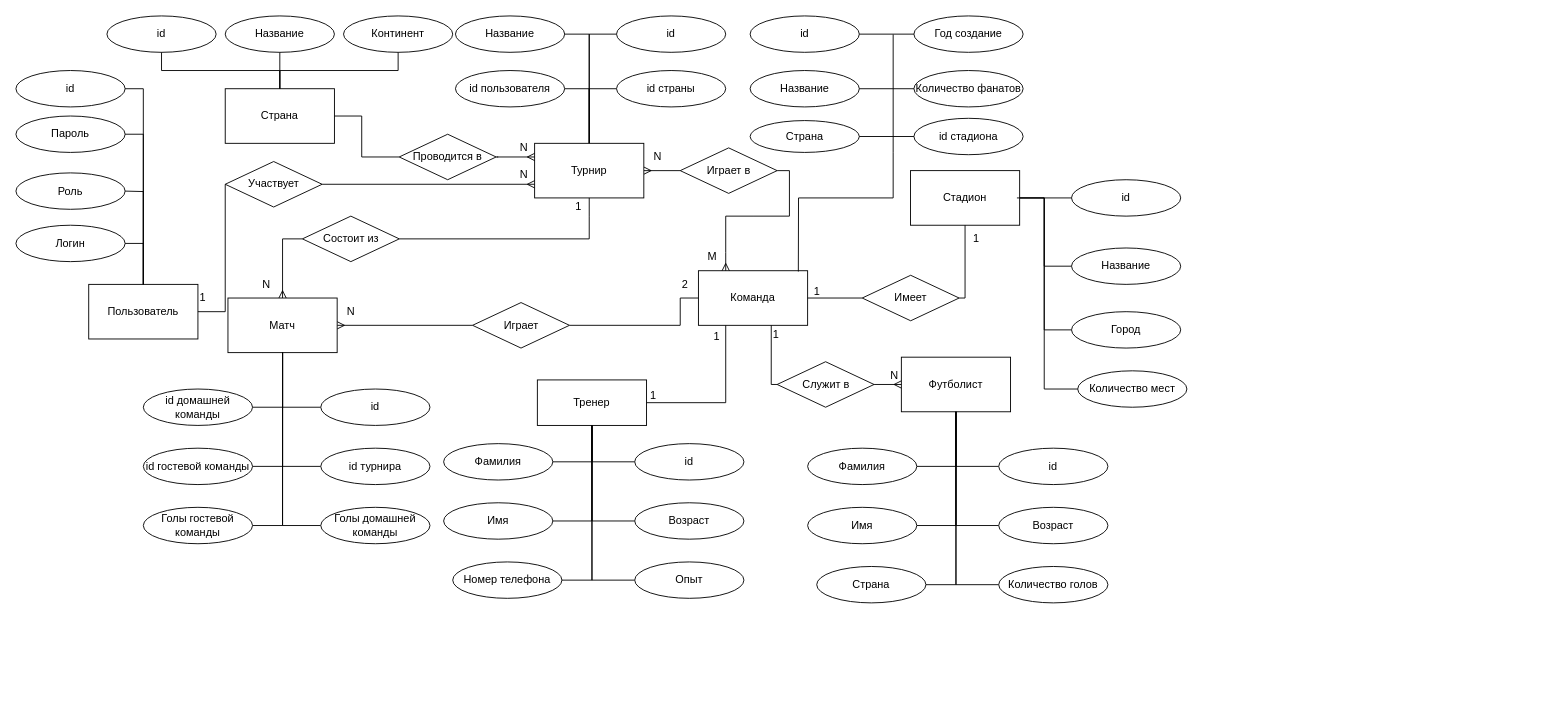
This is page "ER-модель в нотации Чена" (1 of 3) of scheme/ppo.drawio from hieubichpro/6-SEM-DB-CP, a draw.io file, before an edit. Source tidied: cells renumbered, new cells numbered last; positions are measured from the earlier drawing's top-left corner, leaving out a move shared by most shapes. Both pictures are drawn from the tidied source at 91%, with x=0, y=0 at pixel (15, 15).
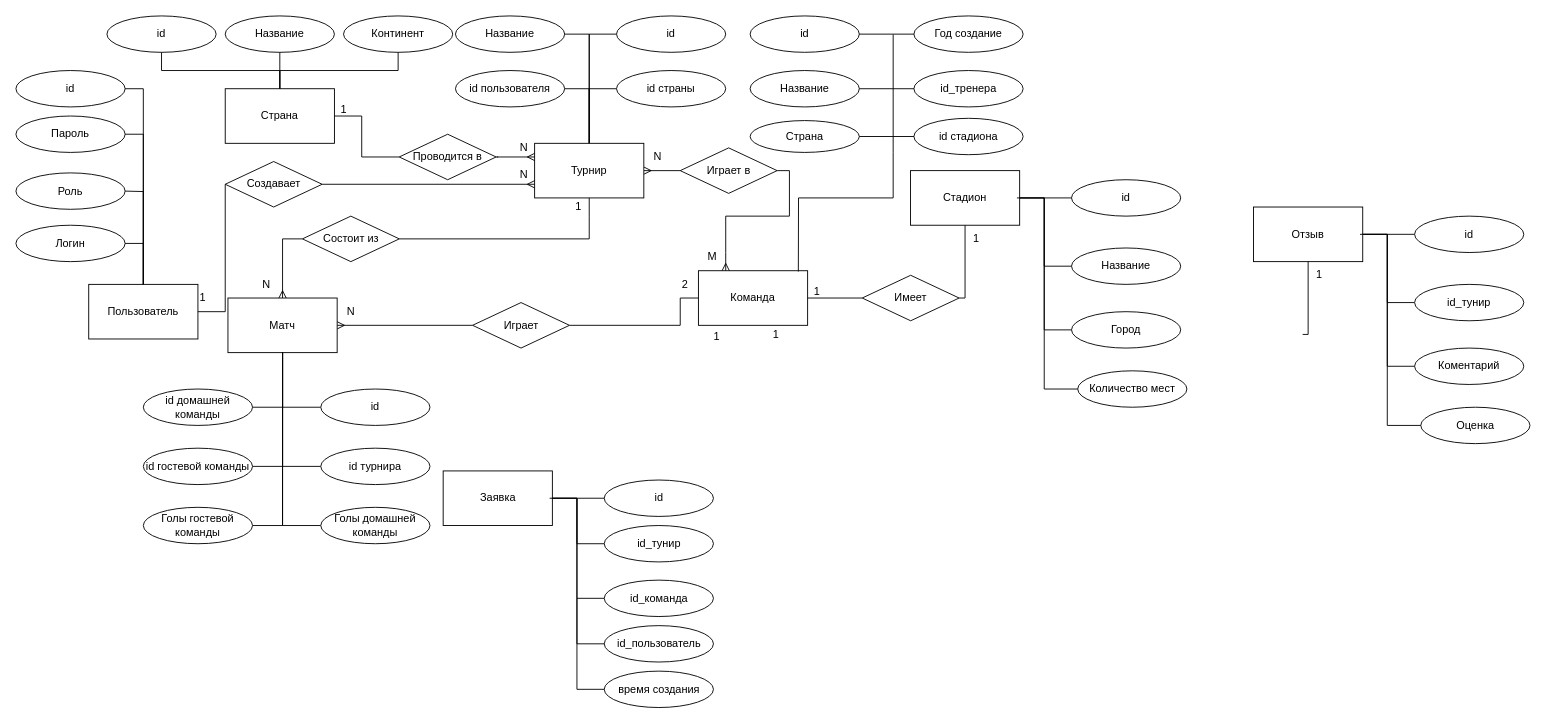
After the change.

The change refers to these unchanged cells:
```xml
<mxCell id="19" value="Команда" style="rounded=0;whiteSpace=wrap;html=1;" parent="1" vertex="1">
  <mxGeometry x="750" y="280" width="120" height="60" as="geometry" />
</mxCell>
```

The edit, as a diff of the source:
```diff
@@
-    <mxCell id="12" value="Участвует" style="rhombus;whiteSpace=wrap;html=1;" parent="1" vertex="1">
+    <mxCell id="12" value="Создавает" style="rhombus;whiteSpace=wrap;html=1;" parent="1" vertex="1">
       <mxGeometry x="230" y="160" width="106.5" height="50" as="geometry" />
     </mxCell>
@@
-    <mxCell id="59" style="edgeStyle=none;rounded=0;html=1;exitX=0.5;exitY=1;exitDx=0;exitDy=0;entryX=0;entryY=0.5;entryDx=0;entryDy=0;startArrow=none;startFill=0;endArrow=none;endFill=0;" parent="1" edge="1" source="60" target="61">
-      <mxGeometry relative="1" as="geometry">
-        <Array as="points">
-          <mxPoint x="1033" y="495" />
-        </Array>
-      </mxGeometry>
-    </mxCell>
-    <mxCell id="60" value="Футболист" style="rounded=0;whiteSpace=wrap;html=1;" parent="1" vertex="1">
-      <mxGeometry x="973" y="375" width="120" height="60" as="geometry" />
-    </mxCell>
-    <mxCell id="61" value="id" style="ellipse;whiteSpace=wrap;html=1;" parent="1" vertex="1">
-      <mxGeometry x="1080" y="475" width="120" height="40" as="geometry" />
-    </mxCell>
-    <mxCell id="62" style="edgeStyle=none;rounded=0;html=1;exitX=0;exitY=0.5;exitDx=0;exitDy=0;entryX=0.5;entryY=1;entryDx=0;entryDy=0;startArrow=none;startFill=0;endArrow=none;endFill=0;" parent="1" edge="1" source="63" target="60">
-      <mxGeometry relative="1" as="geometry">
-        <Array as="points">
-          <mxPoint x="1033" y="560" />
-        </Array>
-      </mxGeometry>
-    </mxCell>
-    <mxCell id="63" value="Возраст" style="ellipse;whiteSpace=wrap;html=1;" parent="1" vertex="1">
-      <mxGeometry x="1080" y="540" width="120" height="40" as="geometry" />
-    </mxCell>
-    <mxCell id="64" style="edgeStyle=none;rounded=0;html=1;exitX=1;exitY=0.5;exitDx=0;exitDy=0;entryX=0.5;entryY=1;entryDx=0;entryDy=0;startArrow=none;startFill=0;endArrow=none;endFill=0;" parent="1" edge="1" source="65" target="60">
-      <mxGeometry relative="1" as="geometry">
-        <Array as="points">
-          <mxPoint x="1033" y="495" />
-        </Array>
-      </mxGeometry>
-    </mxCell>
-    <mxCell id="65" value="Фамилия" style="ellipse;whiteSpace=wrap;html=1;" parent="1" vertex="1">
-      <mxGeometry x="870" y="475" width="120" height="40" as="geometry" />
-    </mxCell>
-    <mxCell id="66" style="edgeStyle=none;rounded=0;html=1;exitX=1;exitY=0.5;exitDx=0;exitDy=0;entryX=0.5;entryY=1;entryDx=0;entryDy=0;startArrow=none;startFill=0;endArrow=none;endFill=0;" parent="1" edge="1" source="67" target="60">
-      <mxGeometry relative="1" as="geometry">
-        <Array as="points">
-          <mxPoint x="1033" y="560" />
-        </Array>
-      </mxGeometry>
-    </mxCell>
-    <mxCell id="67" value="Имя" style="ellipse;whiteSpace=wrap;html=1;" parent="1" vertex="1">
-      <mxGeometry x="870" y="540" width="120" height="40" as="geometry" />
-    </mxCell>
-    <mxCell id="68" style="edgeStyle=none;rounded=0;html=1;exitX=1;exitY=0.5;exitDx=0;exitDy=0;entryX=0.5;entryY=1;entryDx=0;entryDy=0;startArrow=none;startFill=0;endArrow=none;endFill=0;" parent="1" edge="1" source="69" target="60">
-      <mxGeometry relative="1" as="geometry">
-        <Array as="points">
-          <mxPoint x="1033" y="625" />
-        </Array>
-      </mxGeometry>
-    </mxCell>
-    <mxCell id="69" value="Страна" style="ellipse;whiteSpace=wrap;html=1;" parent="1" vertex="1">
-      <mxGeometry x="880" y="605" width="120" height="40" as="geometry" />
-    </mxCell>
-    <mxCell id="70" style="edgeStyle=none;rounded=0;html=1;exitX=0;exitY=0.5;exitDx=0;exitDy=0;entryX=0.5;entryY=1;entryDx=0;entryDy=0;startArrow=none;startFill=0;endArrow=none;endFill=0;" parent="1" edge="1" source="71" target="60">
-      <mxGeometry relative="1" as="geometry">
-        <Array as="points">
-          <mxPoint x="1033" y="625" />
-        </Array>
-      </mxGeometry>
-    </mxCell>
-    <mxCell id="71" value="Количество голов" style="ellipse;whiteSpace=wrap;html=1;" parent="1" vertex="1">
-      <mxGeometry x="1080" y="605" width="120" height="40" as="geometry" />
-    </mxCell>
@@
-    <mxCell id="75" value="Количество фанатов" style="ellipse;whiteSpace=wrap;html=1;" parent="1" vertex="1">
+    <mxCell id="75" value="id_тренера" style="ellipse;whiteSpace=wrap;html=1;" parent="1" vertex="1">
       <mxGeometry x="986.8" y="60" width="120" height="40" as="geometry" />
     </mxCell>
@@
-    <mxCell id="77" style="edgeStyle=none;rounded=0;html=1;exitX=0.5;exitY=1;exitDx=0;exitDy=0;entryX=0;entryY=0.5;entryDx=0;entryDy=0;startArrow=none;startFill=0;endArrow=none;endFill=0;" parent="1" edge="1" source="78" target="79">
-      <mxGeometry relative="1" as="geometry">
-        <Array as="points">
-          <mxPoint x="633" y="490" />
-        </Array>
-      </mxGeometry>
-    </mxCell>
-    <mxCell id="78" value="Тренер" style="rounded=0;whiteSpace=wrap;html=1;" parent="1" vertex="1">
-      <mxGeometry x="573" y="400" width="120" height="50" as="geometry" />
-    </mxCell>
-    <mxCell id="79" value="id" style="ellipse;whiteSpace=wrap;html=1;" parent="1" vertex="1">
-      <mxGeometry x="680" y="470" width="120" height="40" as="geometry" />
-    </mxCell>
-    <mxCell id="80" style="edgeStyle=none;rounded=0;html=1;exitX=0;exitY=0.5;exitDx=0;exitDy=0;entryX=0.5;entryY=1;entryDx=0;entryDy=0;startArrow=none;startFill=0;endArrow=none;endFill=0;" parent="1" edge="1" source="81" target="78">
-      <mxGeometry relative="1" as="geometry">
-        <Array as="points">
-          <mxPoint x="633" y="555" />
-        </Array>
-      </mxGeometry>
-    </mxCell>
-    <mxCell id="81" value="Возраст" style="ellipse;whiteSpace=wrap;html=1;" parent="1" vertex="1">
-      <mxGeometry x="680" y="535" width="120" height="40" as="geometry" />
-    </mxCell>
-    <mxCell id="82" style="edgeStyle=none;rounded=0;html=1;exitX=1;exitY=0.5;exitDx=0;exitDy=0;entryX=0.5;entryY=1;entryDx=0;entryDy=0;startArrow=none;startFill=0;endArrow=none;endFill=0;" parent="1" edge="1" source="83" target="78">
-      <mxGeometry relative="1" as="geometry">
-        <Array as="points">
-          <mxPoint x="633" y="490" />
-        </Array>
-      </mxGeometry>
-    </mxCell>
-    <mxCell id="83" value="Фамилия" style="ellipse;whiteSpace=wrap;html=1;" parent="1" vertex="1">
-      <mxGeometry x="470" y="470" width="120" height="40" as="geometry" />
-    </mxCell>
-    <mxCell id="84" style="edgeStyle=none;rounded=0;html=1;exitX=1;exitY=0.5;exitDx=0;exitDy=0;entryX=0.5;entryY=1;entryDx=0;entryDy=0;startArrow=none;startFill=0;endArrow=none;endFill=0;" parent="1" edge="1" source="85" target="78">
-      <mxGeometry relative="1" as="geometry">
-        <Array as="points">
-          <mxPoint x="633" y="555" />
-        </Array>
-      </mxGeometry>
-    </mxCell>
-    <mxCell id="85" value="Имя" style="ellipse;whiteSpace=wrap;html=1;" parent="1" vertex="1">
-      <mxGeometry x="470" y="535" width="120" height="40" as="geometry" />
-    </mxCell>
-    <mxCell id="86" style="edgeStyle=none;rounded=0;html=1;exitX=1;exitY=0.5;exitDx=0;exitDy=0;entryX=0.5;entryY=1;entryDx=0;entryDy=0;startArrow=none;startFill=0;endArrow=none;endFill=0;" parent="1" edge="1" source="87" target="78">
-      <mxGeometry relative="1" as="geometry">
-        <Array as="points">
-          <mxPoint x="633" y="620" />
-        </Array>
-      </mxGeometry>
-    </mxCell>
-    <mxCell id="87" value="Номер телефона" style="ellipse;whiteSpace=wrap;html=1;" parent="1" vertex="1">
-      <mxGeometry x="480" y="600" width="120" height="40" as="geometry" />
-    </mxCell>
-    <mxCell id="88" style="edgeStyle=none;rounded=0;html=1;exitX=0;exitY=0.5;exitDx=0;exitDy=0;entryX=0.5;entryY=1;entryDx=0;entryDy=0;startArrow=none;startFill=0;endArrow=none;endFill=0;" parent="1" edge="1" source="89" target="78">
-      <mxGeometry relative="1" as="geometry">
-        <Array as="points">
-          <mxPoint x="633" y="620" />
-        </Array>
-      </mxGeometry>
-    </mxCell>
-    <mxCell id="89" value="Опыт" style="ellipse;whiteSpace=wrap;html=1;" parent="1" vertex="1">
-      <mxGeometry x="680" y="600" width="120" height="40" as="geometry" />
-    </mxCell>
-    <mxCell id="90" style="endArrow=none;html=1;rounded=0;entryX=0.25;entryY=1;entryDx=0;entryDy=0;exitX=1;exitY=0.5;exitDx=0;exitDy=0;" parent="1" edge="1" source="78" target="19">
-      <mxGeometry relative="1" as="geometry">
-        <Array as="points">
-          <mxPoint x="780" y="425" />
-        </Array>
-      </mxGeometry>
-    </mxCell>
@@
-    <mxCell id="92" value="1" style="text;html=1;align=center;verticalAlign=middle;strokeColor=none;fillColor=none;" parent="1" vertex="1">
-      <mxGeometry x="685" y="403" width="30" height="30" as="geometry" />
-    </mxCell>
@@
-    <mxCell id="98" value="Служит в" style="rhombus;whiteSpace=wrap;html=1;" parent="1" vertex="1">
-      <mxGeometry x="836.5" y="380" width="106.5" height="50" as="geometry" />
-    </mxCell>
-    <mxCell id="99" style="endArrow=none;html=1;rounded=0;entryX=0;entryY=0.5;entryDx=0;entryDy=0;exitX=0.667;exitY=1;exitDx=0;exitDy=0;exitPerimeter=0;" parent="1" edge="1" source="19" target="98">
-      <mxGeometry relative="1" as="geometry">
-        <Array as="points">
-          <mxPoint x="830" y="405" />
-        </Array>
-      </mxGeometry>
-    </mxCell>
@@
-    <mxCell id="101" style="fontSize=12;html=1;endArrow=ERmany;rounded=0;entryX=0;entryY=0.5;entryDx=0;entryDy=0;exitX=1;exitY=0.5;exitDx=0;exitDy=0;" parent="1" edge="1" source="98" target="60">
-      <mxGeometry relative="1" as="geometry" />
-    </mxCell>
-    <mxCell id="102" value="N" style="text;html=1;align=center;verticalAlign=middle;strokeColor=none;fillColor=none;" parent="1" vertex="1">
-      <mxGeometry x="950" y="380" width="30" height="30" as="geometry" />
-    </mxCell>
@@
+    <mxCell id="123" value="1" style="text;html=1;align=center;verticalAlign=middle;strokeColor=none;fillColor=none;" parent="1" vertex="1">
+      <mxGeometry x="345" y="88" width="30" height="30" as="geometry" />
+    </mxCell>
+    <mxCell id="124" style="edgeStyle=none;rounded=0;html=1;exitX=1;exitY=0.5;exitDx=0;exitDy=0;startArrow=none;startFill=0;endArrow=none;endFill=0;" parent="1" edge="1" source="125" target="128">
+      <mxGeometry relative="1" as="geometry" />
+    </mxCell>
+    <mxCell id="125" value="Отзыв" style="rounded=0;whiteSpace=wrap;html=1;" parent="1" vertex="1">
+      <mxGeometry x="1360" y="210" width="120" height="60" as="geometry" />
+    </mxCell>
+    <mxCell id="126" style="edgeStyle=none;rounded=0;html=1;exitX=1;exitY=0.5;exitDx=0;exitDy=0;entryX=0.5;entryY=1;entryDx=0;entryDy=0;startArrow=none;startFill=0;endArrow=none;endFill=0;" parent="1" edge="1" target="125">
+      <mxGeometry relative="1" as="geometry">
+        <mxPoint x="1414" y="350" as="sourcePoint" />
+        <Array as="points">
+          <mxPoint x="1420" y="350" />
+        </Array>
+      </mxGeometry>
+    </mxCell>
+    <mxCell id="127" value="1" style="text;html=1;align=center;verticalAlign=middle;strokeColor=none;fillColor=none;" parent="1" vertex="1">
+      <mxGeometry x="1417" y="270" width="30" height="30" as="geometry" />
+    </mxCell>
+    <mxCell id="128" value="id" style="ellipse;whiteSpace=wrap;html=1;" parent="1" vertex="1">
+      <mxGeometry x="1537" y="220" width="120" height="40" as="geometry" />
+    </mxCell>
+    <mxCell id="129" style="edgeStyle=none;rounded=0;html=1;exitX=0;exitY=0.5;exitDx=0;exitDy=0;startArrow=none;startFill=0;endArrow=none;endFill=0;" parent="1" edge="1" source="130">
+      <mxGeometry relative="1" as="geometry">
+        <mxPoint x="1477" y="240" as="targetPoint" />
+        <Array as="points">
+          <mxPoint x="1507" y="315" />
+          <mxPoint x="1507" y="240" />
+        </Array>
+      </mxGeometry>
+    </mxCell>
+    <mxCell id="130" value="id_тунир" style="ellipse;whiteSpace=wrap;html=1;" parent="1" vertex="1">
+      <mxGeometry x="1537" y="295" width="120" height="40" as="geometry" />
+    </mxCell>
+    <mxCell id="131" style="edgeStyle=none;rounded=0;html=1;exitX=0;exitY=0.5;exitDx=0;exitDy=0;entryX=1;entryY=0.5;entryDx=0;entryDy=0;startArrow=none;startFill=0;endArrow=none;endFill=0;" parent="1" edge="1" source="132" target="125">
+      <mxGeometry relative="1" as="geometry">
+        <Array as="points">
+          <mxPoint x="1507" y="385" />
+          <mxPoint x="1507" y="240" />
+        </Array>
+      </mxGeometry>
+    </mxCell>
+    <mxCell id="132" value="Коментарий" style="ellipse;whiteSpace=wrap;html=1;" parent="1" vertex="1">
+      <mxGeometry x="1537" y="365" width="120" height="40" as="geometry" />
+    </mxCell>
+    <mxCell id="133" value="Оценка" style="ellipse;whiteSpace=wrap;html=1;" parent="1" vertex="1">
+      <mxGeometry x="1543.8" y="430" width="120" height="40" as="geometry" />
+    </mxCell>
+    <mxCell id="134" style="endArrow=none;html=1;rounded=0;exitX=0;exitY=0.5;exitDx=0;exitDy=0;" parent="1" edge="1" source="133">
+      <mxGeometry relative="1" as="geometry">
+        <mxPoint x="1507" y="240" as="targetPoint" />
+        <Array as="points">
+          <mxPoint x="1507" y="450" />
+        </Array>
+      </mxGeometry>
+    </mxCell>
+    <mxCell id="135" style="edgeStyle=none;rounded=0;html=1;exitX=1;exitY=0.5;exitDx=0;exitDy=0;startArrow=none;startFill=0;endArrow=none;endFill=0;" parent="1" edge="1" source="136" target="137">
+      <mxGeometry relative="1" as="geometry" />
+    </mxCell>
+    <mxCell id="136" value="Заявка" style="rounded=0;whiteSpace=wrap;html=1;" parent="1" vertex="1">
+      <mxGeometry x="469.5" y="500" width="120" height="60" as="geometry" />
+    </mxCell>
+    <mxCell id="137" value="id" style="ellipse;whiteSpace=wrap;html=1;" parent="1" vertex="1">
+      <mxGeometry x="646.5" y="510" width="120" height="40" as="geometry" />
+    </mxCell>
+    <mxCell id="138" style="edgeStyle=none;rounded=0;html=1;exitX=0;exitY=0.5;exitDx=0;exitDy=0;startArrow=none;startFill=0;endArrow=none;endFill=0;" parent="1" edge="1" source="139">
+      <mxGeometry relative="1" as="geometry">
+        <mxPoint x="586.5" y="530" as="targetPoint" />
+        <Array as="points">
+          <mxPoint x="616.5" y="580" />
+          <mxPoint x="616.5" y="530" />
+        </Array>
+      </mxGeometry>
+    </mxCell>
+    <mxCell id="139" value="id_тунир" style="ellipse;whiteSpace=wrap;html=1;" parent="1" vertex="1">
+      <mxGeometry x="646.5" y="560" width="120" height="40" as="geometry" />
+    </mxCell>
+    <mxCell id="140" style="edgeStyle=none;rounded=0;html=1;exitX=0;exitY=0.5;exitDx=0;exitDy=0;entryX=1;entryY=0.5;entryDx=0;entryDy=0;startArrow=none;startFill=0;endArrow=none;endFill=0;" parent="1" edge="1">
+      <mxGeometry relative="1" as="geometry">
+        <mxPoint x="646.5" y="640" as="sourcePoint" />
+        <mxPoint x="589.5" y="530" as="targetPoint" />
+        <Array as="points">
+          <mxPoint x="616.5" y="640" />
+          <mxPoint x="616.5" y="530" />
+        </Array>
+      </mxGeometry>
+    </mxCell>
+    <mxCell id="141" value="id_команда" style="ellipse;whiteSpace=wrap;html=1;" parent="1" vertex="1">
+      <mxGeometry x="646.5" y="620" width="120" height="40" as="geometry" />
+    </mxCell>
+    <mxCell id="142" value="id_пользователь" style="ellipse;whiteSpace=wrap;html=1;" parent="1" vertex="1">
+      <mxGeometry x="646.5" y="670" width="120" height="40" as="geometry" />
+    </mxCell>
+    <mxCell id="143" style="endArrow=none;html=1;rounded=0;exitX=0;exitY=0.5;exitDx=0;exitDy=0;" parent="1" edge="1" source="142">
+      <mxGeometry relative="1" as="geometry">
+        <mxPoint x="616.5" y="530" as="targetPoint" />
+        <Array as="points">
+          <mxPoint x="616.5" y="690" />
+        </Array>
+      </mxGeometry>
+    </mxCell>
+    <mxCell id="144" value="время создания" style="ellipse;whiteSpace=wrap;html=1;" parent="1" vertex="1">
+      <mxGeometry x="646.5" y="720" width="120" height="40" as="geometry" />
+    </mxCell>
+    <mxCell id="145" style="endArrow=none;html=1;rounded=0;entryX=0;entryY=0.5;entryDx=0;entryDy=0;" parent="1" edge="1" target="144">
+      <mxGeometry relative="1" as="geometry">
+        <mxPoint x="616.5" y="640" as="sourcePoint" />
+        <Array as="points">
+          <mxPoint x="616.5" y="740" />
+        </Array>
+      </mxGeometry>
+    </mxCell>
```
